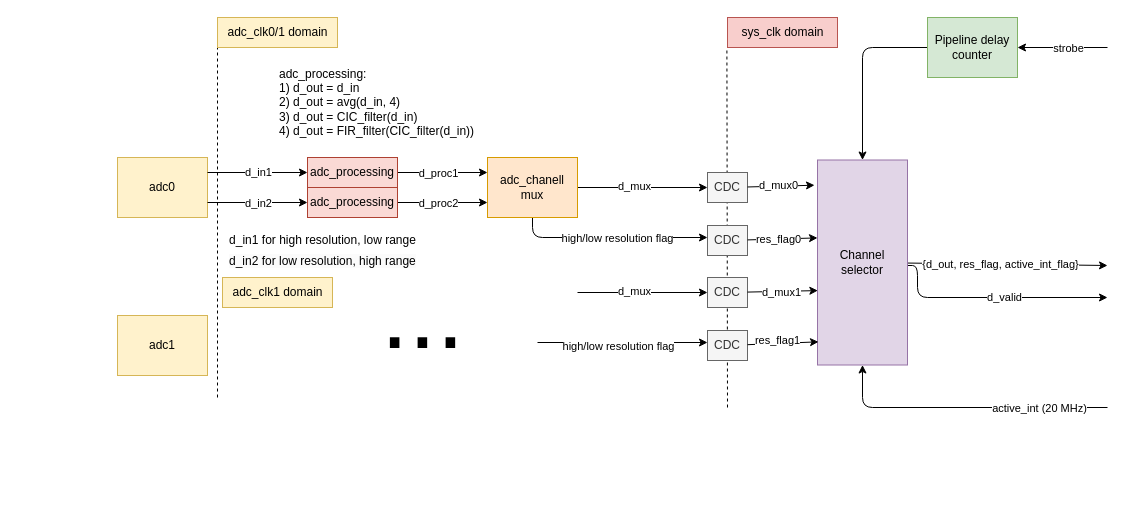
alice-fit-fee-upgrade/FIT_PM_GW_CPLD keeps this draw.io diagram as sch/adc_chanell.drawio. Above is the earlier version. Source tidied: cells renumbered, new cells numbered last; positions are measured from the earlier drawing's top-left corner, leaving out a move shared by most shapes. Both pictures are drawn from the tidied source at 100%, with x=0, y=0 at pixel (117, 17).
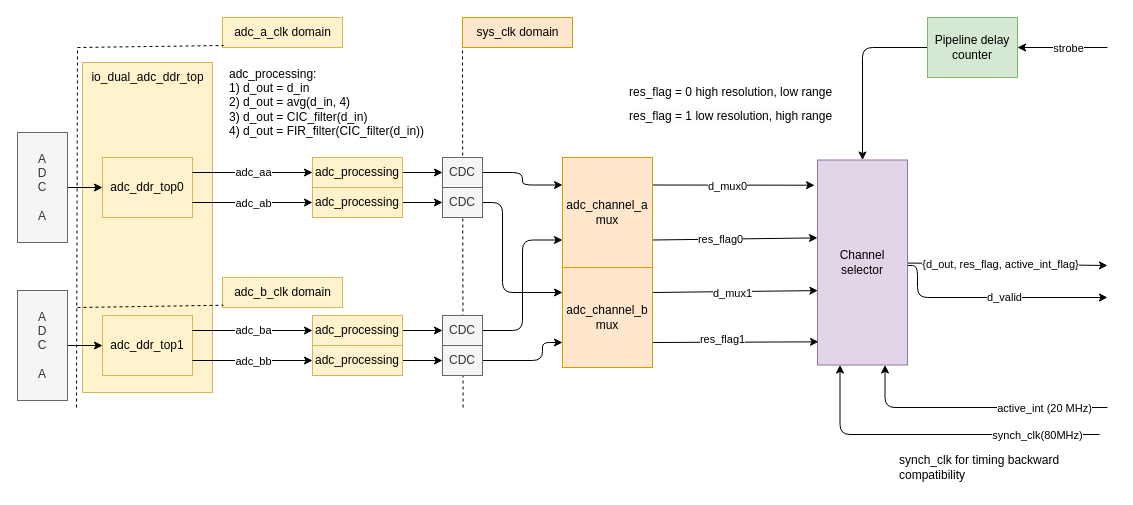
After the change.

The change refers to these unchanged cells:
```xml
<mxCell id="3" style="endArrow=classic;html=1;exitX=1;exitY=0.25;exitDx=0;exitDy=0;entryX=0;entryY=0.5;entryDx=0;entryDy=0;" parent="1" edge="1" source="2" target="12">
  <mxGeometry relative="1" as="geometry" />
</mxCell>
<mxCell id="5" style="endArrow=classic;html=1;exitX=1;exitY=0.75;exitDx=0;exitDy=0;entryX=0;entryY=0.5;entryDx=0;entryDy=0;" parent="1" edge="1" source="2" target="16">
  <mxGeometry relative="1" as="geometry" />
</mxCell>
<mxCell id="35" value="Channel selector" style="whiteSpace=wrap;html=1;fillColor=#e1d5e7;strokeColor=#9673a6;" parent="1" vertex="1">
  <mxGeometry x="700" y="142.5" width="90" height="205" as="geometry" />
</mxCell>
```

The edit, as a diff of the source:
```diff
@@
+    <mxCell id="55" style="whiteSpace=wrap;html=1;fillColor=#fff2cc;strokeColor=#d6b656;" parent="1" vertex="1">
+      <mxGeometry x="-35" y="45" width="130" height="330" as="geometry" />
+    </mxCell>
-    <mxCell id="2" value="adc0" style="rounded=0;whiteSpace=wrap;html=1;fillColor=#fff2cc;strokeColor=#d6b656;" parent="1" vertex="1">
-      <mxGeometry y="140" width="90" height="60" as="geometry" />
+    <mxCell id="2" value="adc_ddr_top0" style="rounded=0;whiteSpace=wrap;html=1;fillColor=#fff2cc;strokeColor=#d6b656;" parent="1" vertex="1">
+      <mxGeometry x="-15" y="140" width="90" height="60" as="geometry" />
     </mxCell>
@@
-    <mxCell id="4" value="d_in1" style="edgeLabel;html=1;align=center;verticalAlign=middle;" parent="3" vertex="1">
+    <mxCell id="4" value="adc_aa" style="edgeLabel;html=1;align=center;verticalAlign=middle;" parent="3" vertex="1">
       <mxGeometry y="1" relative="1" as="geometry" />
     </mxCell>
@@
-    <mxCell id="6" value="d_in2" style="edgeLabel;html=1;align=center;verticalAlign=middle;" parent="5" vertex="1">
+    <mxCell id="6" value="adc_ab" style="edgeLabel;html=1;align=center;verticalAlign=middle;" parent="5" vertex="1">
       <mxGeometry x="-0.34" y="-1" relative="1" as="geometry">
-        <mxPoint x="17" y="-1" as="offset" />
+        <mxPoint x="20" y="-1" as="offset" />
       </mxGeometry>
     </mxCell>
     <mxCell id="7" style="endArrow=none;dashed=1;html=1;" parent="1" edge="1">
       <mxGeometry relative="1" as="geometry">
-        <mxPoint x="100" y="380" as="sourcePoint" />
-        <mxPoint x="100" y="30" as="targetPoint" />
+        <mxPoint x="-41" y="390" as="sourcePoint" />
+        <mxPoint x="-40" y="30" as="targetPoint" />
       </mxGeometry>
     </mxCell>
-    <mxCell id="8" value="adc_clk0/1 domain" style="text;html=1;align=center;verticalAlign=middle;strokeColor=#d6b656;fillColor=#fff2cc;" parent="1" vertex="1">
-      <mxGeometry x="100" width="120" height="30" as="geometry" />
+    <mxCell id="8" value="adc_a_clk domain" style="text;html=1;align=center;verticalAlign=middle;strokeColor=#d6b656;fillColor=#fff2cc;" parent="1" vertex="1">
+      <mxGeometry x="105" width="120" height="30" as="geometry" />
     </mxCell>
-    <mxCell id="9" value="sys_clk domain" style="text;html=1;align=center;verticalAlign=middle;strokeColor=#b85450;fillColor=#f8cecc;" parent="1" vertex="1">
-      <mxGeometry x="610" width="110" height="30" as="geometry" />
+    <mxCell id="9" value="sys_clk domain" style="text;html=1;align=center;verticalAlign=middle;strokeColor=#d79b00;fillColor=#ffe6cc;" parent="1" vertex="1">
+      <mxGeometry x="345" width="110" height="30" as="geometry" />
     </mxCell>
-    <mxCell id="10" style="edgeStyle=none;html=1;entryX=0;entryY=0.25;entryDx=0;entryDy=0;" parent="1" edge="1" source="12" target="21">
-      <mxGeometry relative="1" as="geometry" />
-    </mxCell>
-    <mxCell id="11" value="d_proc1" style="edgeLabel;html=1;align=center;verticalAlign=middle;" parent="10" vertex="1">
-      <mxGeometry x="-0.36" y="-1" relative="1" as="geometry">
-        <mxPoint x="11" y="-1" as="offset" />
-      </mxGeometry>
-    </mxCell>
+    <mxCell id="56" style="edgeStyle=none;html=1;" parent="1" edge="1" source="12" target="68">
+      <mxGeometry relative="1" as="geometry" />
+    </mxCell>
-    <mxCell id="12" value="adc_processing" style="rounded=0;whiteSpace=wrap;html=1;fillColor=#fad9d5;strokeColor=#ae4132;" parent="1" vertex="1">
-      <mxGeometry x="190" y="140" width="90" height="30" as="geometry" />
+    <mxCell id="12" value="adc_processing" style="rounded=0;whiteSpace=wrap;html=1;fillColor=#fff2cc;strokeColor=#d6b656;" parent="1" vertex="1">
+      <mxGeometry x="195" y="140" width="90" height="30" as="geometry" />
     </mxCell>
     <mxCell id="13" value="adc_processing:&lt;div&gt;1) d_out = d_in&lt;/div&gt;&lt;div&gt;2) d_out = avg(d_in, 4)&lt;/div&gt;&lt;div&gt;3) d_out = CIC_filter(d_in)&lt;/div&gt;&lt;div&gt;4) d_out = FIR_filter(CIC_filter(d_in))&lt;/div&gt;" style="text;html=1;align=left;verticalAlign=middle;strokeColor=none;fillColor=none;" parent="1" vertex="1">
-      <mxGeometry x="160" y="40" width="220" height="90" as="geometry" />
+      <mxGeometry x="110" y="40" width="220" height="90" as="geometry" />
     </mxCell>
-    <mxCell id="14" style="edgeStyle=none;html=1;entryX=0;entryY=0.75;entryDx=0;entryDy=0;" parent="1" edge="1" source="16" target="21">
-      <mxGeometry relative="1" as="geometry" />
-    </mxCell>
-    <mxCell id="15" value="d_proc2" style="edgeLabel;html=1;align=center;verticalAlign=middle;" parent="14" vertex="1">
-      <mxGeometry x="-0.21" y="-3" relative="1" as="geometry">
-        <mxPoint x="4" y="-3" as="offset" />
-      </mxGeometry>
-    </mxCell>
+    <mxCell id="57" style="edgeStyle=none;html=1;entryX=0;entryY=0.5;entryDx=0;entryDy=0;" parent="1" edge="1" source="16" target="70">
+      <mxGeometry relative="1" as="geometry" />
+    </mxCell>
-    <mxCell id="16" value="adc_processing" style="rounded=0;whiteSpace=wrap;html=1;fillColor=#fad9d5;strokeColor=#ae4132;" parent="1" vertex="1">
-      <mxGeometry x="190" y="170" width="90" height="30" as="geometry" />
+    <mxCell id="16" value="adc_processing" style="rounded=0;whiteSpace=wrap;html=1;fillColor=#fff2cc;strokeColor=#d6b656;" parent="1" vertex="1">
+      <mxGeometry x="195" y="170" width="90" height="30" as="geometry" />
     </mxCell>
-    <mxCell id="17" style="edgeStyle=elbowEdgeStyle;html=1;" parent="1" edge="1" source="21">
-      <mxGeometry relative="1" as="geometry">
-        <mxPoint x="590" y="220" as="targetPoint" />
-        <Array as="points">
-          <mxPoint x="415" y="200" />
-        </Array>
-      </mxGeometry>
-    </mxCell>
-    <mxCell id="18" value="high/low resolution flag" style="edgeLabel;html=1;align=center;verticalAlign=middle;" parent="17" vertex="1">
-      <mxGeometry x="-0.33" relative="1" as="geometry">
-        <mxPoint x="39" as="offset" />
-      </mxGeometry>
-    </mxCell>
-    <mxCell id="19" style="edgeStyle=none;html=1;" parent="1" edge="1" source="21">
-      <mxGeometry relative="1" as="geometry">
-        <mxPoint x="590" y="170" as="targetPoint" />
-      </mxGeometry>
-    </mxCell>
-    <mxCell id="20" value="d_mux" style="edgeLabel;html=1;align=center;verticalAlign=middle;" parent="19" vertex="1">
-      <mxGeometry x="-0.14" y="2" relative="1" as="geometry" />
-    </mxCell>
-    <mxCell id="21" value="adc_chanell&lt;div&gt;mux&lt;/div&gt;" style="rounded=0;whiteSpace=wrap;html=1;fillColor=#ffe6cc;strokeColor=#d79b00;" parent="1" vertex="1">
-      <mxGeometry x="370" y="140" width="90" height="60" as="geometry" />
-    </mxCell>
-    <mxCell id="22" value="d_in1 for high resolution, low range" style="text;html=1;align=center;verticalAlign=middle;strokeColor=none;fillColor=none;" parent="1" vertex="1">
-      <mxGeometry x="100" y="208" width="210" height="30" as="geometry" />
+    <mxCell id="22" value="res_flag = 0 high resolution, low range" style="text;html=1;align=left;verticalAlign=middle;strokeColor=none;fillColor=none;" parent="1" vertex="1">
+      <mxGeometry x="510" y="60" width="230" height="30" as="geometry" />
     </mxCell>
-    <mxCell id="23" value="&lt;span style=&quot;color: rgb(0, 0, 0); font-family: Helvetica; font-size: 12px; font-style: normal; font-variant-ligatures: normal; font-variant-caps: normal; font-weight: 400; letter-spacing: normal; orphans: 2; text-align: center; text-indent: 0px; text-transform: none; widows: 2; word-spacing: 0px; -webkit-text-stroke-width: 0px; white-space: nowrap; background-color: rgb(251, 251, 251); text-decoration-thickness: initial; text-decoration-style: initial; text-decoration-color: initial; float: none; display: inline !important;&quot;&gt;d_in2 for low resolution, high range&lt;/span&gt;" style="text;whiteSpace=wrap;html=1;" parent="1" vertex="1">
-      <mxGeometry x="110" y="230" width="220" height="30" as="geometry" />
+    <mxCell id="23" value="&lt;span style=&quot;color: rgb(0, 0, 0); font-family: Helvetica; font-size: 12px; font-style: normal; font-variant-ligatures: normal; font-variant-caps: normal; font-weight: 400; letter-spacing: normal; orphans: 2; text-indent: 0px; text-transform: none; widows: 2; word-spacing: 0px; -webkit-text-stroke-width: 0px; white-space: nowrap; background-color: rgb(251, 251, 251); text-decoration-thickness: initial; text-decoration-style: initial; text-decoration-color: initial; float: none; display: inline !important;&quot;&gt;&lt;span style=&quot;color: rgb(0, 0, 0);&quot;&gt;res_flag = 1&amp;nbsp;&lt;/span&gt;low resolution, high range&lt;/span&gt;" style="text;whiteSpace=wrap;html=1;align=left;" parent="1" vertex="1">
+      <mxGeometry x="510" y="85" width="210" height="30" as="geometry" />
     </mxCell>
     <mxCell id="24" style="endArrow=none;dashed=1;html=1;" parent="1" edge="1">
       <mxGeometry relative="1" as="geometry">
-        <mxPoint x="610" y="390" as="sourcePoint" />
-        <mxPoint x="609.4" y="30" as="targetPoint" />
+        <mxPoint x="345.6" y="390" as="sourcePoint" />
+        <mxPoint x="345" y="30" as="targetPoint" />
       </mxGeometry>
     </mxCell>
-    <mxCell id="25" value="CDC" style="rounded=0;whiteSpace=wrap;html=1;fillColor=#f5f5f5;fontColor=#333333;strokeColor=#666666;" parent="1" vertex="1">
-      <mxGeometry x="590" y="155" width="40" height="30" as="geometry" />
-    </mxCell>
-    <mxCell id="26" value="CDC" style="rounded=0;whiteSpace=wrap;html=1;fillColor=#f5f5f5;fontColor=#333333;strokeColor=#666666;" parent="1" vertex="1">
-      <mxGeometry x="590" y="208" width="40" height="30" as="geometry" />
-    </mxCell>
@@
-    <mxCell id="36" style="html=1;" parent="1" edge="1">
-      <mxGeometry relative="1" as="geometry">
-        <mxPoint x="420" y="325" as="sourcePoint" />
-        <mxPoint x="590" y="325" as="targetPoint" />
-      </mxGeometry>
-    </mxCell>
-    <mxCell id="37" value="high/low resolution flag" style="edgeLabel;html=1;align=center;verticalAlign=middle;" parent="36" vertex="1">
-      <mxGeometry x="-0.33" relative="1" as="geometry">
-        <mxPoint x="23" y="3" as="offset" />
-      </mxGeometry>
-    </mxCell>
-    <mxCell id="38" style="edgeStyle=none;html=1;" parent="1" edge="1">
-      <mxGeometry relative="1" as="geometry">
-        <mxPoint x="460" y="275" as="sourcePoint" />
-        <mxPoint x="590" y="275" as="targetPoint" />
-      </mxGeometry>
-    </mxCell>
-    <mxCell id="39" value="d_mux" style="edgeLabel;html=1;align=center;verticalAlign=middle;" parent="38" vertex="1">
-      <mxGeometry x="-0.14" y="2" relative="1" as="geometry" />
-    </mxCell>
-    <mxCell id="40" value="CDC" style="rounded=0;whiteSpace=wrap;html=1;fillColor=#f5f5f5;fontColor=#333333;strokeColor=#666666;" parent="1" vertex="1">
-      <mxGeometry x="590" y="260" width="40" height="30" as="geometry" />
-    </mxCell>
-    <mxCell id="41" value="CDC" style="rounded=0;whiteSpace=wrap;html=1;fillColor=#f5f5f5;fontColor=#333333;strokeColor=#666666;" parent="1" vertex="1">
-      <mxGeometry x="590" y="313" width="40" height="30" as="geometry" />
-    </mxCell>
-    <mxCell id="42" value="adc_clk1 domain" style="text;html=1;align=center;verticalAlign=middle;points=[];strokeColor=#d6b656;fillColor=#fff2cc;" parent="1" vertex="1">
-      <mxGeometry x="105" y="260" width="110" height="30" as="geometry" />
+    <mxCell id="42" value="adc_b_clk domain" style="text;html=1;align=center;verticalAlign=middle;points=[];strokeColor=#d6b656;fillColor=#fff2cc;" parent="1" vertex="1">
+      <mxGeometry x="105" y="260" width="120" height="30" as="geometry" />
     </mxCell>
-    <mxCell id="43" value="&lt;font style=&quot;font-size: 100px;&quot;&gt;...&lt;/font&gt;" style="text;html=1;align=center;verticalAlign=middle;strokeColor=none;fillColor=none;" parent="1" vertex="1">
-      <mxGeometry x="250" y="230" width="110" height="130" as="geometry" />
-    </mxCell>
-    <mxCell id="44" value="adc1" style="rounded=0;whiteSpace=wrap;html=1;fillColor=#fff2cc;strokeColor=#d6b656;" parent="1" vertex="1">
-      <mxGeometry y="298" width="90" height="60" as="geometry" />
+    <mxCell id="44" value="&lt;span style=&quot;color: rgb(0, 0, 0);&quot;&gt;adc_ddr_top1&lt;/span&gt;" style="rounded=0;whiteSpace=wrap;html=1;fillColor=#fff2cc;strokeColor=#d6b656;" parent="1" vertex="1">
+      <mxGeometry x="-15" y="298" width="90" height="60" as="geometry" />
     </mxCell>
-    <mxCell id="45" style="edgeStyle=none;html=1;entryX=-0.033;entryY=0.123;entryDx=0;entryDy=0;entryPerimeter=0;" parent="1" edge="1" source="25" target="35">
+    <mxCell id="45" style="edgeStyle=none;html=1;entryX=-0.033;entryY=0.123;entryDx=0;entryDy=0;entryPerimeter=0;exitX=1;exitY=0.25;exitDx=0;exitDy=0;" parent="1" edge="1" source="75" target="35">
       <mxGeometry relative="1" as="geometry" />
     </mxCell>
     <mxCell id="46" value="d_mux0" style="edgeLabel;html=1;align=center;verticalAlign=middle;" parent="45" vertex="1">
-      <mxGeometry x="-0.09" y="1" relative="1" as="geometry" />
+      <mxGeometry x="-0.09" y="1" relative="1" as="geometry">
+        <mxPoint y="2" as="offset" />
+      </mxGeometry>
     </mxCell>
-    <mxCell id="47" style="edgeStyle=none;html=1;entryX=0;entryY=0.38;entryDx=0;entryDy=0;entryPerimeter=0;" parent="1" edge="1" source="26" target="35">
+    <mxCell id="47" style="edgeStyle=none;html=1;entryX=0;entryY=0.38;entryDx=0;entryDy=0;entryPerimeter=0;exitX=1;exitY=0.75;exitDx=0;exitDy=0;" parent="1" edge="1" source="75" target="35">
       <mxGeometry relative="1" as="geometry" />
     </mxCell>
@@
-    <mxCell id="49" style="edgeStyle=none;html=1;entryX=0.004;entryY=0.637;entryDx=0;entryDy=0;entryPerimeter=0;" parent="1" edge="1" source="40" target="35">
+    <mxCell id="49" style="edgeStyle=none;html=1;entryX=0.004;entryY=0.637;entryDx=0;entryDy=0;entryPerimeter=0;exitX=1;exitY=0.25;exitDx=0;exitDy=0;" parent="1" edge="1" source="76" target="35">
       <mxGeometry relative="1" as="geometry" />
     </mxCell>
@@
-    <mxCell id="51" style="edgeStyle=none;html=1;entryX=0.011;entryY=0.887;entryDx=0;entryDy=0;entryPerimeter=0;" parent="1" edge="1" source="41" target="35">
+    <mxCell id="51" style="edgeStyle=none;html=1;entryX=0.011;entryY=0.887;entryDx=0;entryDy=0;entryPerimeter=0;exitX=1;exitY=0.75;exitDx=0;exitDy=0;" parent="1" edge="1" source="76" target="35">
       <mxGeometry relative="1" as="geometry" />
     </mxCell>
@@
-    <mxCell id="53" style="edgeStyle=elbowEdgeStyle;jettySize=auto;html=1;entryX=0.5;entryY=1;entryDx=0;entryDy=0;elbow=vertical;" parent="1" edge="1" target="35">
+    <mxCell id="53" style="edgeStyle=elbowEdgeStyle;jettySize=auto;html=1;entryX=0.75;entryY=1;entryDx=0;entryDy=0;elbow=vertical;" parent="1" edge="1" target="35">
       <mxGeometry relative="1" as="geometry">
         <mxPoint x="990" y="390" as="sourcePoint" />
         <Array as="points">
           <mxPoint x="860" y="390" />
         </Array>
       </mxGeometry>
     </mxCell>
@@
+    <mxCell id="58" value="io_dual_adc_ddr_top" style="text;html=1;align=center;verticalAlign=middle;strokeColor=none;fillColor=none;" parent="1" vertex="1">
+      <mxGeometry x="-40" y="45" width="140" height="30" as="geometry" />
+    </mxCell>
+    <mxCell id="59" style="endArrow=classic;html=1;exitX=1;exitY=0.25;exitDx=0;exitDy=0;entryX=0;entryY=0.5;entryDx=0;entryDy=0;" parent="1" edge="1" target="64">
+      <mxGeometry relative="1" as="geometry">
+        <mxPoint x="75" y="313" as="sourcePoint" />
+      </mxGeometry>
+    </mxCell>
+    <mxCell id="60" value="adc_ba" style="edgeLabel;html=1;align=center;verticalAlign=middle;" parent="59" vertex="1">
+      <mxGeometry y="1" relative="1" as="geometry" />
+    </mxCell>
+    <mxCell id="61" style="endArrow=classic;html=1;exitX=1;exitY=0.75;exitDx=0;exitDy=0;entryX=0;entryY=0.5;entryDx=0;entryDy=0;" parent="1" edge="1" target="66">
+      <mxGeometry relative="1" as="geometry">
+        <mxPoint x="75" y="343" as="sourcePoint" />
+      </mxGeometry>
+    </mxCell>
+    <mxCell id="62" value="adc_bb" style="edgeLabel;html=1;align=center;verticalAlign=middle;" parent="61" vertex="1">
+      <mxGeometry x="-0.34" y="-1" relative="1" as="geometry">
+        <mxPoint x="20" y="-1" as="offset" />
+      </mxGeometry>
+    </mxCell>
+    <mxCell id="63" style="edgeStyle=none;html=1;entryX=0;entryY=0.5;entryDx=0;entryDy=0;" parent="1" edge="1" source="64" target="72">
+      <mxGeometry relative="1" as="geometry" />
+    </mxCell>
+    <mxCell id="64" value="adc_processing" style="rounded=0;whiteSpace=wrap;html=1;fillColor=#fff2cc;strokeColor=#d6b656;" parent="1" vertex="1">
+      <mxGeometry x="195" y="298" width="90" height="30" as="geometry" />
+    </mxCell>
+    <mxCell id="65" style="edgeStyle=none;html=1;entryX=0;entryY=0.5;entryDx=0;entryDy=0;" parent="1" edge="1" source="66" target="74">
+      <mxGeometry relative="1" as="geometry" />
+    </mxCell>
+    <mxCell id="66" value="adc_processing" style="rounded=0;whiteSpace=wrap;html=1;fillColor=#fff2cc;strokeColor=#d6b656;" parent="1" vertex="1">
+      <mxGeometry x="195" y="328" width="90" height="30" as="geometry" />
+    </mxCell>
+    <mxCell id="67" style="edgeStyle=elbowEdgeStyle;html=1;entryX=0;entryY=0.25;entryDx=0;entryDy=0;" parent="1" edge="1" source="68" target="75">
+      <mxGeometry relative="1" as="geometry" />
+    </mxCell>
+    <mxCell id="68" value="CDC" style="rounded=0;whiteSpace=wrap;html=1;fillColor=#f5f5f5;fontColor=#333333;strokeColor=#666666;" parent="1" vertex="1">
+      <mxGeometry x="325" y="140" width="40" height="30" as="geometry" />
+    </mxCell>
+    <mxCell id="69" style="edgeStyle=elbowEdgeStyle;html=1;entryX=0;entryY=0.25;entryDx=0;entryDy=0;" parent="1" edge="1" source="70" target="76">
+      <mxGeometry relative="1" as="geometry">
+        <Array as="points">
+          <mxPoint x="385" y="220" />
+        </Array>
+      </mxGeometry>
+    </mxCell>
+    <mxCell id="70" value="CDC" style="rounded=0;whiteSpace=wrap;html=1;fillColor=#f5f5f5;fontColor=#333333;strokeColor=#666666;" parent="1" vertex="1">
+      <mxGeometry x="325" y="170" width="40" height="30" as="geometry" />
+    </mxCell>
+    <mxCell id="71" style="edgeStyle=elbowEdgeStyle;html=1;entryX=0;entryY=0.75;entryDx=0;entryDy=0;" parent="1" edge="1" source="72" target="75">
+      <mxGeometry relative="1" as="geometry" />
+    </mxCell>
+    <mxCell id="72" value="CDC" style="rounded=0;whiteSpace=wrap;html=1;fillColor=#f5f5f5;fontColor=#333333;strokeColor=#666666;" parent="1" vertex="1">
+      <mxGeometry x="325" y="298" width="40" height="30" as="geometry" />
+    </mxCell>
+    <mxCell id="73" style="edgeStyle=elbowEdgeStyle;html=1;entryX=0;entryY=0.75;entryDx=0;entryDy=0;" parent="1" edge="1" source="74" target="76">
+      <mxGeometry relative="1" as="geometry">
+        <Array as="points">
+          <mxPoint x="425" y="320" />
+        </Array>
+      </mxGeometry>
+    </mxCell>
+    <mxCell id="74" value="CDC" style="rounded=0;whiteSpace=wrap;html=1;fillColor=#f5f5f5;fontColor=#333333;strokeColor=#666666;" parent="1" vertex="1">
+      <mxGeometry x="325" y="328" width="40" height="30" as="geometry" />
+    </mxCell>
+    <mxCell id="75" value="adc_channel_a&lt;div&gt;mux&lt;/div&gt;" style="rounded=0;whiteSpace=wrap;html=1;fillColor=#ffe6cc;strokeColor=#d79b00;" parent="1" vertex="1">
+      <mxGeometry x="445" y="140" width="90" height="110" as="geometry" />
+    </mxCell>
+    <mxCell id="76" value="adc_channel_b&lt;div&gt;mux&lt;/div&gt;" style="rounded=0;whiteSpace=wrap;html=1;fillColor=#ffe6cc;strokeColor=#d79b00;" parent="1" vertex="1">
+      <mxGeometry x="445" y="250" width="90" height="100" as="geometry" />
+    </mxCell>
+    <mxCell id="77" style="edgeStyle=none;html=1;" parent="1" edge="1" source="78" target="2">
+      <mxGeometry relative="1" as="geometry" />
+    </mxCell>
+    <mxCell id="78" value="A&lt;div&gt;D&lt;/div&gt;&lt;div&gt;C&lt;/div&gt;&lt;div&gt;&lt;br&gt;A&lt;/div&gt;" style="whiteSpace=wrap;html=1;fillColor=#f5f5f5;fontColor=#333333;strokeColor=#666666;" parent="1" vertex="1">
+      <mxGeometry x="-100" y="115" width="50" height="110" as="geometry" />
+    </mxCell>
+    <mxCell id="79" style="edgeStyle=none;html=1;entryX=0;entryY=0.5;entryDx=0;entryDy=0;" parent="1" edge="1" source="80" target="44">
+      <mxGeometry relative="1" as="geometry" />
+    </mxCell>
+    <mxCell id="80" value="A&lt;div&gt;D&lt;/div&gt;&lt;div&gt;C&lt;/div&gt;&lt;div&gt;&lt;br&gt;A&lt;/div&gt;" style="whiteSpace=wrap;html=1;fillColor=#f5f5f5;fontColor=#333333;strokeColor=#666666;" parent="1" vertex="1">
+      <mxGeometry x="-100" y="273" width="50" height="110" as="geometry" />
+    </mxCell>
+    <mxCell id="81" style="endArrow=none;dashed=1;html=1;entryX=0.008;entryY=0.925;entryDx=0;entryDy=0;entryPerimeter=0;" parent="1" edge="1" target="42">
+      <mxGeometry relative="1" as="geometry">
+        <mxPoint x="-40" y="290" as="sourcePoint" />
+      </mxGeometry>
+    </mxCell>
+    <mxCell id="82" style="endArrow=none;dashed=1;html=1;entryX=0.008;entryY=0.925;entryDx=0;entryDy=0;entryPerimeter=0;" parent="1" edge="1">
+      <mxGeometry relative="1" as="geometry">
+        <mxPoint x="-40" y="30" as="sourcePoint" />
+        <mxPoint x="106" y="28" as="targetPoint" />
+      </mxGeometry>
+    </mxCell>
+    <mxCell id="83" style="edgeStyle=elbowEdgeStyle;jettySize=auto;html=1;entryX=0.25;entryY=1;entryDx=0;entryDy=0;elbow=vertical;" parent="1" edge="1" target="35">
+      <mxGeometry relative="1" as="geometry">
+        <mxPoint x="982" y="417" as="sourcePoint" />
+        <Array as="points">
+          <mxPoint x="852" y="417" />
+        </Array>
+      </mxGeometry>
+    </mxCell>
+    <mxCell id="84" value="synch_clk(80MHz)" style="edgeLabel;html=1;align=center;verticalAlign=middle;" parent="83" vertex="1">
+      <mxGeometry x="-0.52" relative="1" as="geometry">
+        <mxPoint x="16" as="offset" />
+      </mxGeometry>
+    </mxCell>
+    <mxCell id="85" value="synch_clk for timing backward&amp;nbsp;&lt;div&gt;compatibility&lt;/div&gt;" style="text;html=1;align=left;verticalAlign=middle;strokeColor=none;fillColor=none;" parent="1" vertex="1">
+      <mxGeometry x="780" y="430" width="190" height="40" as="geometry" />
+    </mxCell>
```
